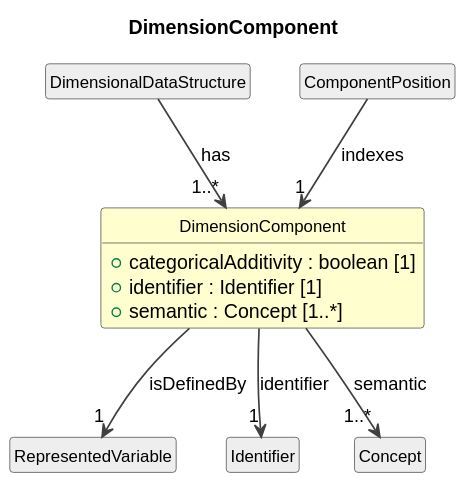
The PlantUML diagram cdif-uml-model/_plantuml/cdifDataStructure/Classes/DimensionComponent.svg in Cross-Domain-Interoperability-Framework/metadataBuildingBlocks, before a commit.
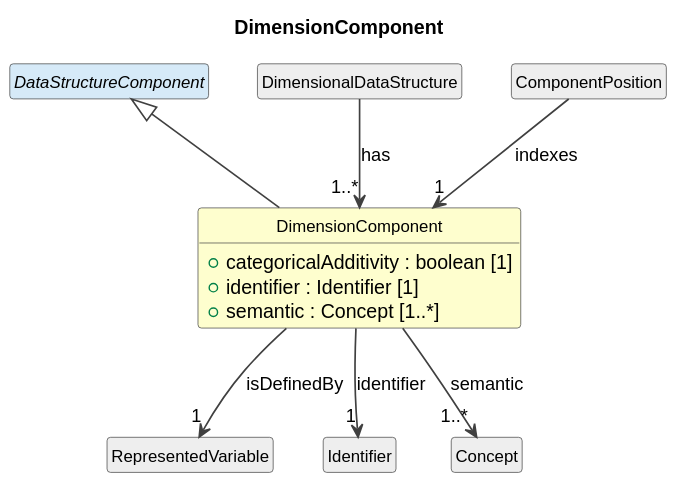
After the commit.

What changed in the source:
```diff
@@ -15,6 +15,8 @@
   +identifier : Identifier [1]
   +semantic : Concept [1..*]
 }
+abstract class "DataStructureComponent" as DataStructureComponent #D6EAF8
+DataStructureComponent <|-- DimensionComponent
 class "DimensionalDataStructure" as DimensionalDataStructure #EEEEEE
 DimensionalDataStructure --> "1..*" DimensionComponent : has
 class "RepresentedVariable" as RepresentedVariable #EEEEEE
```
